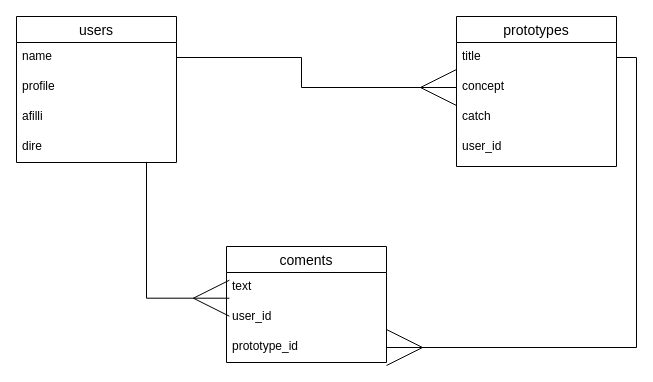
Above: er.dio in tomons291/protospace-fukui2021-monaka (draw.io), before the change. Source tidied: cells renumbered, new cells numbered last; positions are measured from the earlier drawing's top-left corner, leaving out a move shared by most shapes. Both pictures are drawn from the tidied source at 100%, with x=0, y=0 at pixel (16, 16).
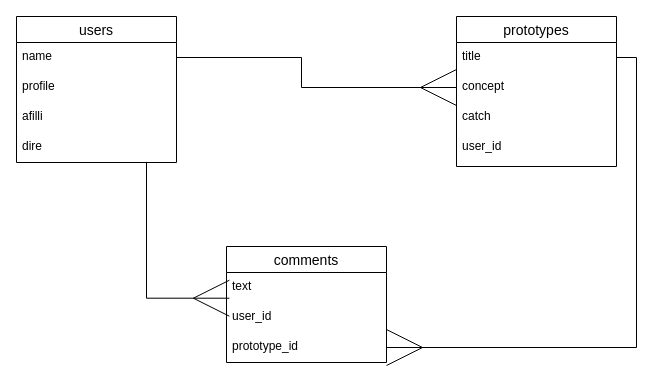
The same diagram, later.

Commit message:
文字間違えたのでアプデ

What changed in the source:
```diff
@@
-    <mxCell id="7" value="coments" style="swimlane;fontStyle=0;horizontal=1;startSize=26;align=center;fontSize=14;" parent="1" vertex="1">
+    <mxCell id="7" value="comments" style="swimlane;fontStyle=0;horizontal=1;startSize=26;align=center;fontSize=14;" parent="1" vertex="1">
       <mxGeometry x="210" y="230" width="160" height="116" as="geometry" />
     </mxCell>
```
